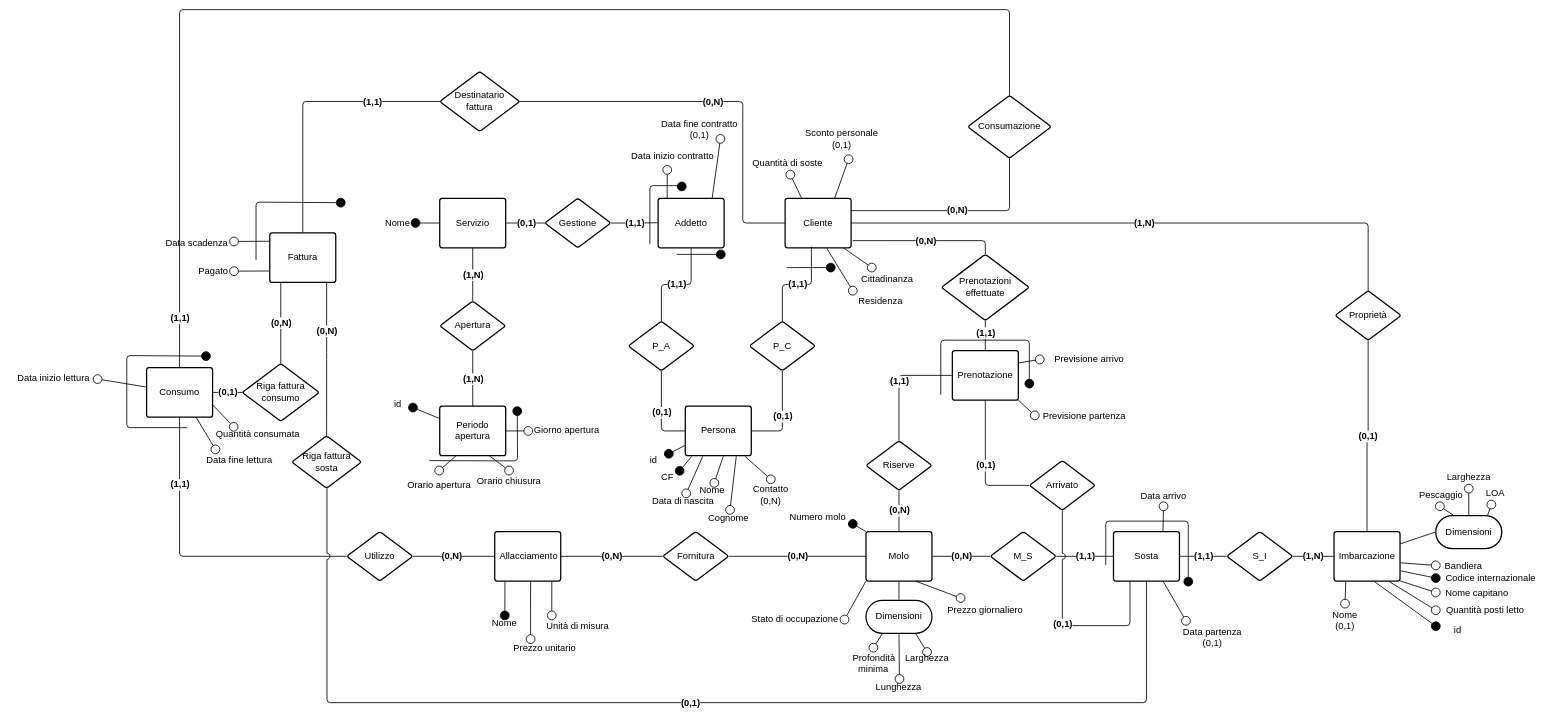
Earlier version of the draw.io diagram page "Logico" (2 of 3) of src_relazione_tex/Er.drawio (alessandro-massarenti/Progetto-basi-di-dati-2022). Source tidied: cells renumbered, new cells numbered last; positions are measured from the earlier drawing's top-left corner, leaving out a move shared by most shapes. Both pictures are drawn from the tidied source at 55%, with x=0, y=0 at pixel (9, 9).
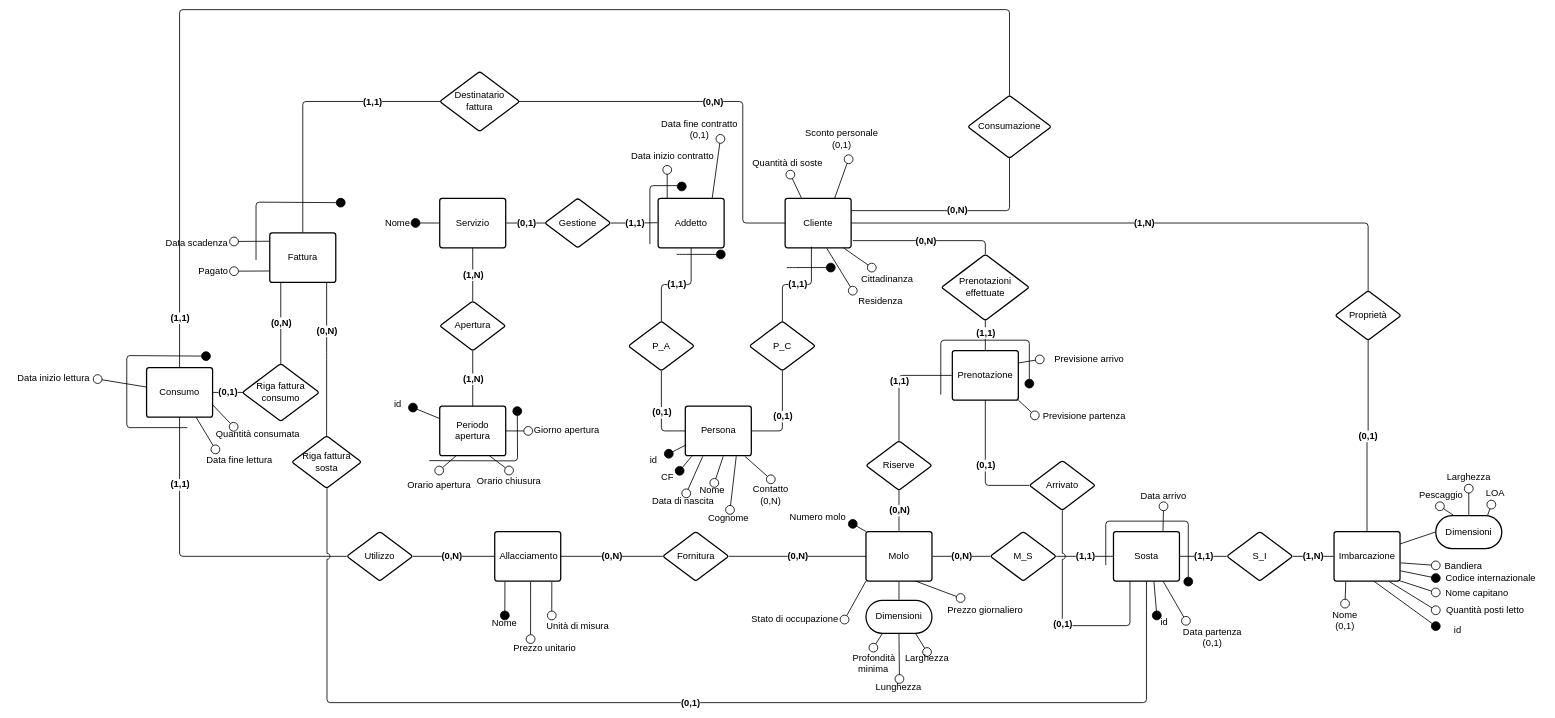
The same page after the edit.

Unchanged cells that the change refers to:
```xml
<mxCell id="143" value="Sosta" style="html=1;overflow=block;blockSpacing=1;whiteSpace=wrap;fontSize=17;fontColor=#000000;spacing=9;strokeColor=#000000;strokeOpacity=100;rounded=1;absoluteArcSize=1;arcSize=9;strokeWidth=2.3;" parent="1" vertex="1">
  <mxGeometry x="2007" y="949" width="120" height="90" as="geometry" />
</mxCell>
```

What changed in the source:
```diff
@@
+    <mxCell id="194" value="id" style="html=1;overflow=block;blockSpacing=1;whiteSpace=wrap;fontSize=17;fontColor=#000000;spacing=0;fillColor=none;strokeWidth=1.5;strokeColor=none;verticalAlign=middle;" parent="1" vertex="1">
+      <mxGeometry x="2072" y="1101.5" width="55" height="27" as="geometry" />
+    </mxCell>
+    <mxCell id="195" style="html=1;jettySize=18;whiteSpace=wrap;fontSize=17;strokeColor=#000000;strokeWidth=1.5;rounded=1;arcSize=12;startArrow=none;endArrow=oval;endFill=1;endSize=16;exitX=0.613;exitY=1.003;exitPerimeter=0;entryX=0.25;entryY=0;entryDx=0;entryDy=0;exitDx=0;exitDy=0;" parent="1" edge="1" source="143" target="194">
+      <mxGeometry relative="1" as="geometry" />
+    </mxCell>
```
